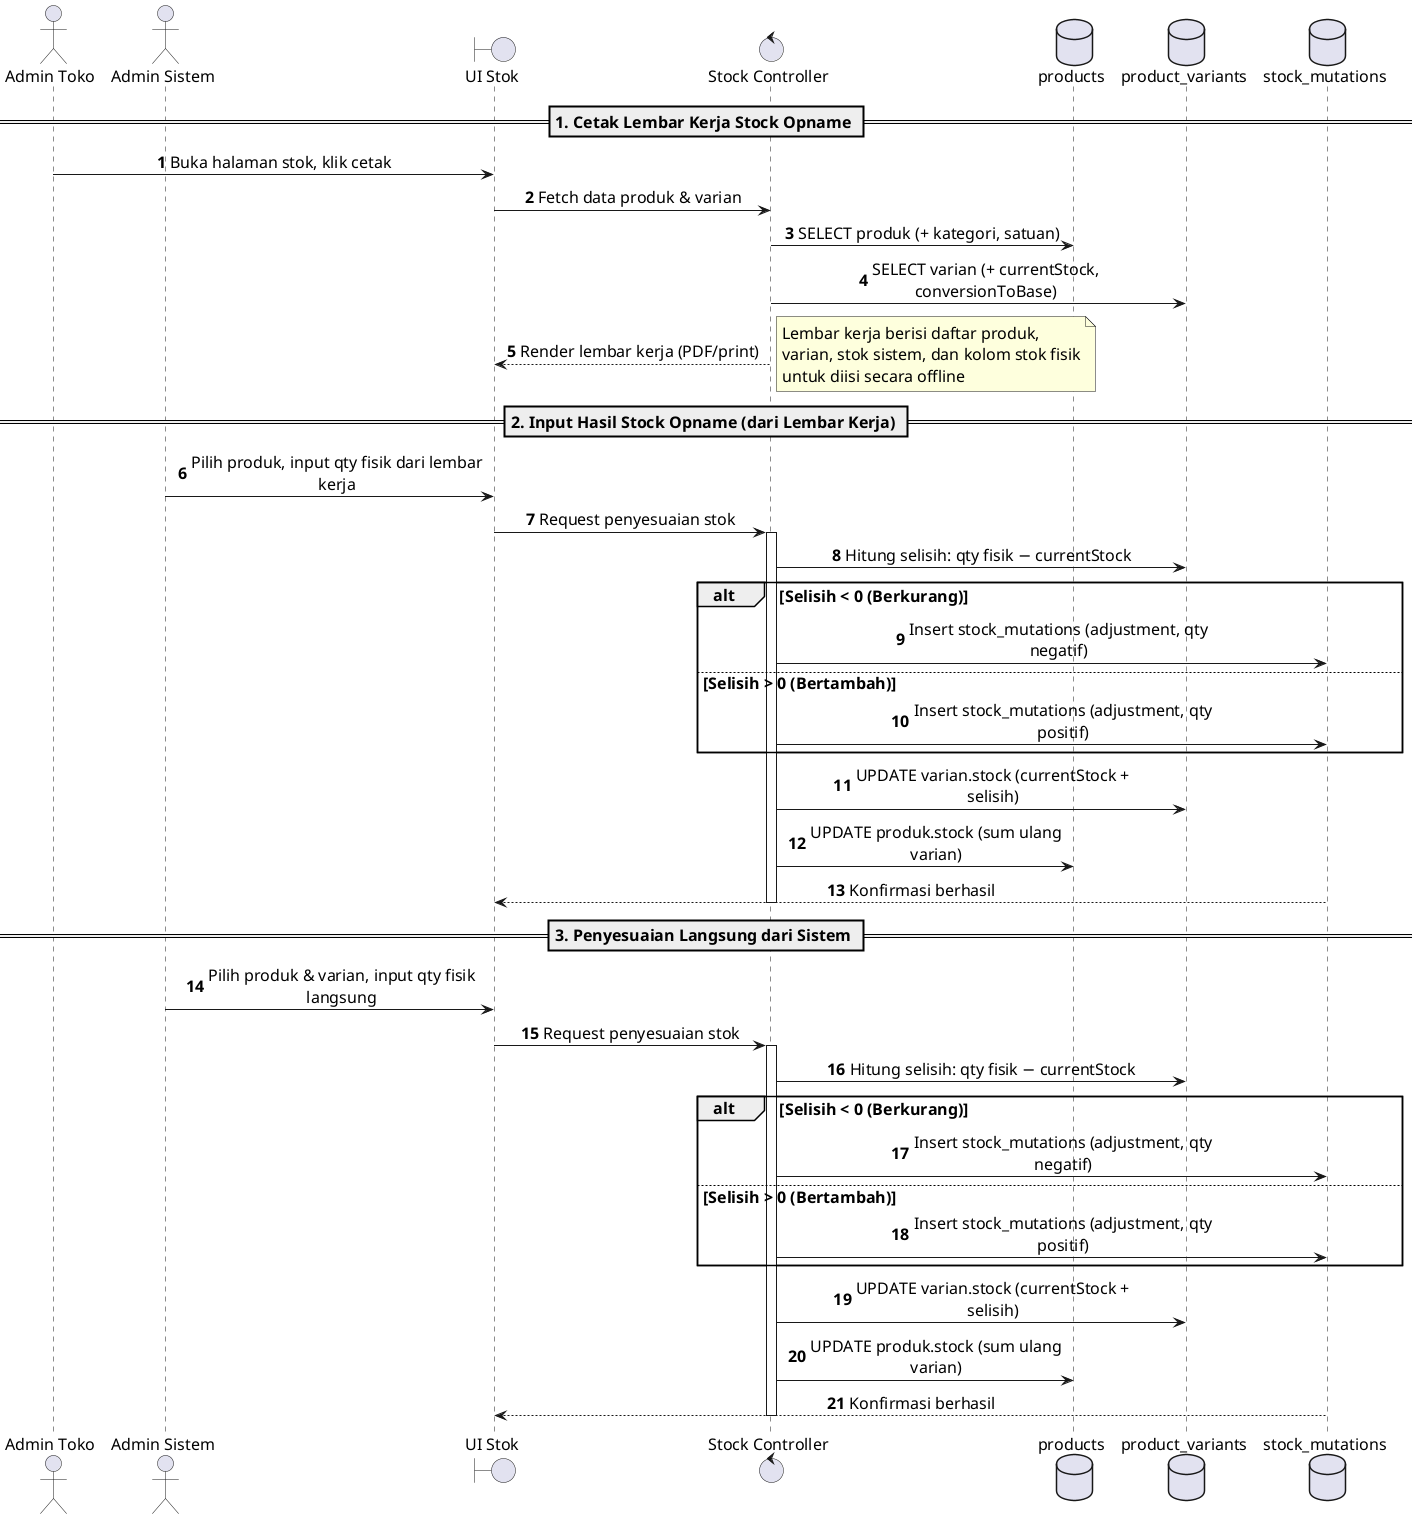
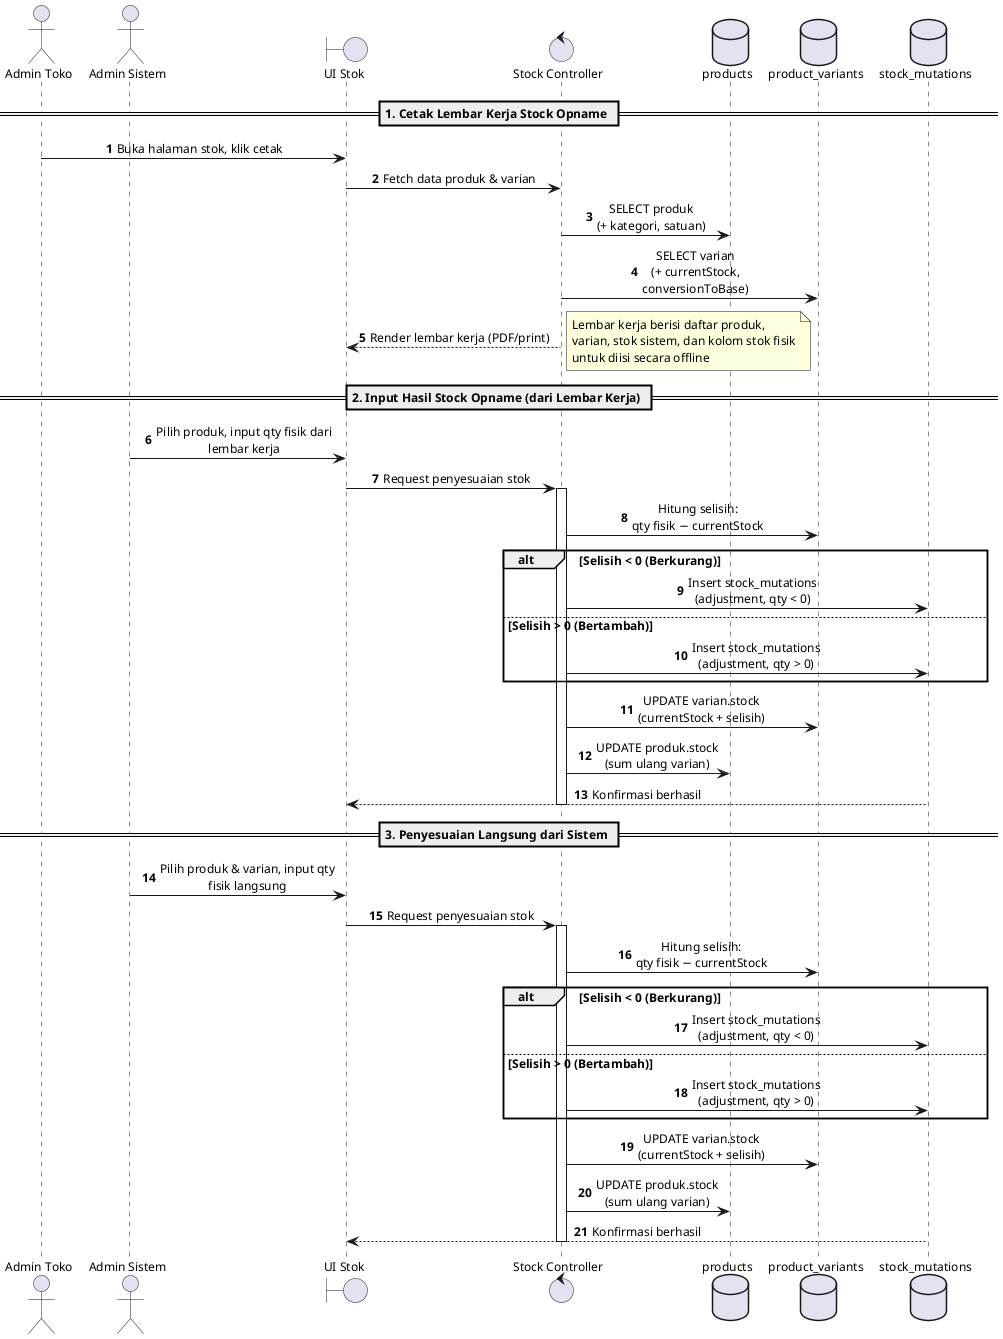
- @startuml
+ @startuml Stock_Mutation_Sequence
autonumber

skinparam BoxPadding 5
skinparam ParticipantPadding 8
- skinparam defaultFontSize 16
- skinparam maxMessageSize 300
+ skinparam defaultFontSize 12
+ skinparam maxMessageSize 200
skinparam sequenceMessageAlign center

actor "Admin Toko" as Toko
actor "Admin Sistem" as Admin
boundary "UI Stok" as UI
control "Stock Controller" as Ctrl
database "products" as p
database "product_variants" as v
database "stock_mutations" as sm

== 1. Cetak Lembar Kerja Stock Opname ==
Toko -> UI : Buka halaman stok, klik cetak
UI -> Ctrl : Fetch data produk & varian
- Ctrl -> p : SELECT produk (+ kategori, satuan)
- Ctrl -> v : SELECT varian (+ currentStock, conversionToBase)
+ Ctrl -> p : SELECT produk\n(+ kategori, satuan)
+ Ctrl -> v : SELECT varian\n(+ currentStock,\nconversionToBase)
Ctrl --> UI : Render lembar kerja (PDF/print)
note right: Lembar kerja berisi daftar produk,\nvarian, stok sistem, dan kolom stok fisik\nuntuk diisi secara offline

== 2. Input Hasil Stock Opname (dari Lembar Kerja) ==
Admin -> UI : Pilih produk, input qty fisik dari lembar kerja
UI -> Ctrl : Request penyesuaian stok
activate Ctrl
- Ctrl -> v : Hitung selisih: qty fisik − currentStock
+ Ctrl -> v : Hitung selisih:\nqty fisik − currentStock
alt Selisih < 0 (Berkurang)
-     Ctrl -> sm : Insert stock_mutations (adjustment, qty negatif)
+     Ctrl -> sm : Insert stock_mutations\n(adjustment, qty < 0)

else Selisih > 0 (Bertambah)
-     Ctrl -> sm : Insert stock_mutations (adjustment, qty positif)
+     Ctrl -> sm : Insert stock_mutations\n(adjustment, qty > 0)

end
- Ctrl -> v : UPDATE varian.stock (currentStock + selisih)
- Ctrl -> p : UPDATE produk.stock (sum ulang varian)
+ Ctrl -> v : UPDATE varian.stock\n(currentStock + selisih)
+ Ctrl -> p : UPDATE produk.stock\n(sum ulang varian)
sm --> UI : Konfirmasi berhasil
deactivate Ctrl

== 3. Penyesuaian Langsung dari Sistem ==
Admin -> UI : Pilih produk & varian, input qty fisik langsung
UI -> Ctrl : Request penyesuaian stok
activate Ctrl
- Ctrl -> v : Hitung selisih: qty fisik − currentStock
+ Ctrl -> v : Hitung selisih:\nqty fisik − currentStock
alt Selisih < 0 (Berkurang)
-     Ctrl -> sm : Insert stock_mutations (adjustment, qty negatif)
+     Ctrl -> sm : Insert stock_mutations\n(adjustment, qty < 0)

else Selisih > 0 (Bertambah)
-     Ctrl -> sm : Insert stock_mutations (adjustment, qty positif)
+     Ctrl -> sm : Insert stock_mutations\n(adjustment, qty > 0)

end
- Ctrl -> v : UPDATE varian.stock (currentStock + selisih)
- Ctrl -> p : UPDATE produk.stock (sum ulang varian)
+ Ctrl -> v : UPDATE varian.stock\n(currentStock + selisih)
+ Ctrl -> p : UPDATE produk.stock\n(sum ulang varian)
sm --> UI : Konfirmasi berhasil
deactivate Ctrl

@enduml
